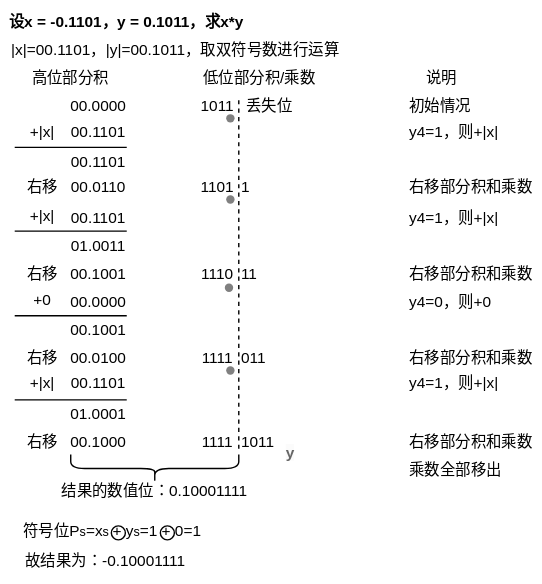
creatern/NoteBook keeps this draw.io diagram as pictures/计算机组成原理-原码一位乘法.drawio.svg. Above is the earlier version. Source tidied: cells renumbered, new cells last; positions are measured from the earlier drawing's top-left corner, leaving out a move shared by most shapes.
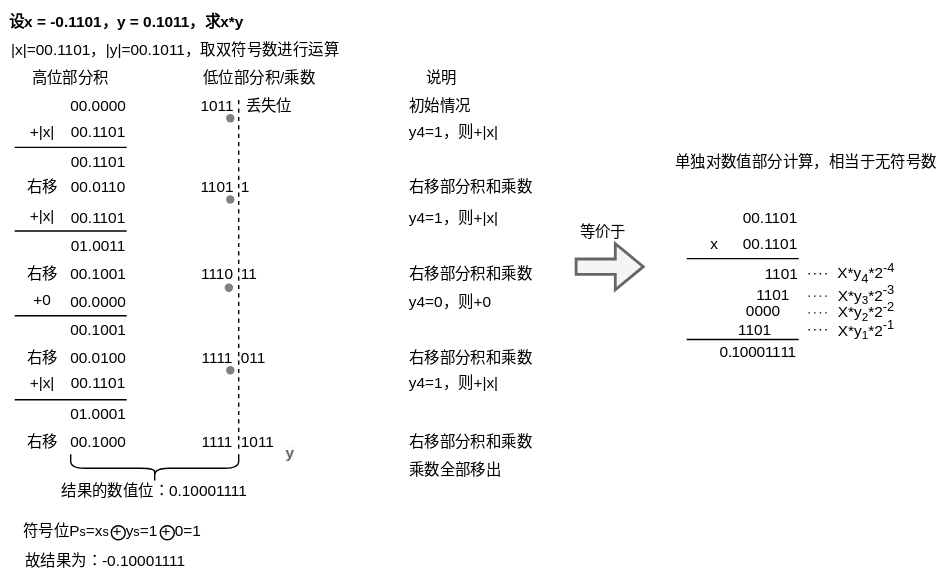
Later version of the same file.

The edit, as a diff of the source:
```diff
@@ -2,6 +2,12 @@
   <root>
     <mxCell id="0" />
     <mxCell id="1" parent="0" />
+    <mxCell id="64" value="&lt;span style=&quot;text-wrap: wrap;&quot;&gt;1&lt;/span&gt;" style="text;html=1;align=center;verticalAlign=middle;strokeColor=none;fillColor=none;fontFamily=Helvetica;fontSize=11;fontColor=default;labelBackgroundColor=none;" parent="1" vertex="1">
+      <mxGeometry x="534" y="236" width="30" height="30" as="geometry" />
+    </mxCell>
+    <mxCell id="65" value="&lt;span style=&quot;text-wrap: wrap;&quot;&gt;1&lt;/span&gt;" style="text;html=1;align=center;verticalAlign=middle;strokeColor=none;fillColor=none;fontFamily=Helvetica;fontSize=11;fontColor=default;labelBackgroundColor=none;" parent="1" vertex="1">
+      <mxGeometry x="539" y="236" width="30" height="30" as="geometry" />
+    </mxCell>
     <mxCell id="2" style="ellipse;whiteSpace=wrap;html=1;fontFamily=Helvetica;fontSize=11;fontColor=default;" parent="1" vertex="1">
       <mxGeometry x="114" y="375" width="10" height="10" as="geometry" />
     </mxCell>
@@ -203,5 +209,107 @@
     <mxCell id="63" value="&lt;span style=&quot;font-family: Helvetica; font-size: 11px; font-style: normal; font-variant-ligatures: normal; font-variant-caps: normal; font-weight: 700; letter-spacing: normal; orphans: 2; text-align: center; text-indent: 0px; text-transform: none; widows: 2; word-spacing: 0px; -webkit-text-stroke-width: 0px; background-color: rgb(251, 251, 251); text-decoration-thickness: initial; text-decoration-style: initial; text-decoration-color: initial; float: none; display: inline !important;&quot;&gt;y&lt;/span&gt;" style="text;whiteSpace=wrap;html=1;fontSize=11;fontFamily=Helvetica;fontColor=#666666;" parent="1" vertex="1">
       <mxGeometry x="202" y="310" width="20" height="30" as="geometry" />
     </mxCell>
+    <mxCell id="66" style="shape=flexArrow;endArrow=classic;html=1;rounded=0;strokeColor=#666666;strokeWidth=2;align=center;verticalAlign=middle;fontFamily=Helvetica;fontSize=11;fontColor=default;labelBackgroundColor=default;edgeStyle=orthogonalEdgeStyle;fillColor=#f5f5f5;" parent="1" edge="1">
+      <mxGeometry relative="1" as="geometry">
+        <mxPoint x="410" y="190" as="sourcePoint" />
+        <mxPoint x="460" y="190" as="targetPoint" />
+      </mxGeometry>
+    </mxCell>
+    <mxCell id="67" value="等价于" style="text;html=1;align=center;verticalAlign=middle;strokeColor=none;fillColor=none;fontFamily=Helvetica;fontSize=11;fontColor=default;labelBackgroundColor=default;" parent="1" vertex="1">
+      <mxGeometry x="400" y="150" width="60" height="30" as="geometry" />
+    </mxCell>
+    <mxCell id="68" value="单独对数值部分计算，相当于无符号数" style="text;html=1;align=center;verticalAlign=middle;strokeColor=none;fillColor=none;fontFamily=Helvetica;fontSize=11;fontColor=default;labelBackgroundColor=default;" parent="1" vertex="1">
+      <mxGeometry x="470" y="100" width="210" height="30" as="geometry" />
+    </mxCell>
+    <mxCell id="69" value="00.1101" style="text;html=1;strokeColor=none;fillColor=none;align=center;verticalAlign=middle;whiteSpace=wrap;rounded=0;fontSize=11;fontFamily=Helvetica;fontColor=default;" parent="1" vertex="1">
+      <mxGeometry x="520" y="139.5" width="60" height="30" as="geometry" />
+    </mxCell>
+    <mxCell id="70" value="00.1101" style="text;html=1;strokeColor=none;fillColor=none;align=center;verticalAlign=middle;whiteSpace=wrap;rounded=0;fontSize=11;fontFamily=Helvetica;fontColor=default;" parent="1" vertex="1">
+      <mxGeometry x="520" y="158.5" width="60" height="30" as="geometry" />
+    </mxCell>
+    <mxCell id="71" value="x" style="text;html=1;strokeColor=none;fillColor=none;align=center;verticalAlign=middle;whiteSpace=wrap;rounded=0;fontSize=11;fontFamily=Helvetica;fontColor=default;" parent="1" vertex="1">
+      <mxGeometry x="480" y="158.5" width="60" height="30" as="geometry" />
+    </mxCell>
+    <mxCell id="72" style="endArrow=none;html=1;rounded=0;labelBackgroundColor=default;strokeColor=default;strokeWidth=1;fontFamily=Helvetica;fontSize=11;fontColor=default;shape=connector;" parent="1" edge="1">
+      <mxGeometry relative="1" as="geometry">
+        <mxPoint x="570" y="184.3" as="sourcePoint" />
+        <mxPoint x="490" y="184.3" as="targetPoint" />
+      </mxGeometry>
+    </mxCell>
+    <mxCell id="73" value="1101" style="text;html=1;strokeColor=none;fillColor=none;align=center;verticalAlign=middle;whiteSpace=wrap;rounded=0;fontSize=11;fontFamily=Helvetica;fontColor=default;" parent="1" vertex="1">
+      <mxGeometry x="528" y="180" width="60" height="30" as="geometry" />
+    </mxCell>
+    <mxCell id="74" value="1101" style="text;html=1;strokeColor=none;fillColor=none;align=center;verticalAlign=middle;whiteSpace=wrap;rounded=0;fontSize=11;fontFamily=Helvetica;fontColor=default;" parent="1" vertex="1">
+      <mxGeometry x="522" y="195" width="60" height="30" as="geometry" />
+    </mxCell>
+    <mxCell id="75" value="0000" style="text;html=1;strokeColor=none;fillColor=none;align=center;verticalAlign=middle;whiteSpace=wrap;rounded=0;fontSize=11;fontFamily=Helvetica;fontColor=default;" parent="1" vertex="1">
+      <mxGeometry x="515" y="207" width="60" height="30" as="geometry" />
+    </mxCell>
+    <mxCell id="76" value="1101" style="text;html=1;strokeColor=none;fillColor=none;align=center;verticalAlign=middle;whiteSpace=wrap;rounded=0;fontSize=11;fontFamily=Helvetica;fontColor=default;" parent="1" vertex="1">
+      <mxGeometry x="509" y="220" width="60" height="30" as="geometry" />
+    </mxCell>
+    <mxCell id="77" style="endArrow=none;html=1;rounded=0;labelBackgroundColor=default;strokeColor=default;strokeWidth=1;fontFamily=Helvetica;fontSize=11;fontColor=default;shape=connector;" parent="1" edge="1">
+      <mxGeometry relative="1" as="geometry">
+        <mxPoint x="570" y="242" as="sourcePoint" />
+        <mxPoint x="490" y="242" as="targetPoint" />
+      </mxGeometry>
+    </mxCell>
+    <mxCell id="78" value="&lt;span style=&quot;text-wrap: wrap; background-color: rgb(251, 251, 251);&quot;&gt;1&lt;/span&gt;" style="text;html=1;align=center;verticalAlign=middle;strokeColor=none;fillColor=none;fontFamily=Helvetica;fontSize=11;fontColor=default;labelBackgroundColor=default;" parent="1" vertex="1">
+      <mxGeometry x="550" y="236" width="30" height="30" as="geometry" />
+    </mxCell>
+    <mxCell id="79" value="&lt;span style=&quot;text-wrap: wrap;&quot;&gt;1&lt;/span&gt;" style="text;html=1;align=center;verticalAlign=middle;strokeColor=none;fillColor=none;fontFamily=Helvetica;fontSize=11;fontColor=default;labelBackgroundColor=none;" parent="1" vertex="1">
+      <mxGeometry x="545" y="236" width="30" height="30" as="geometry" />
+    </mxCell>
+    <mxCell id="80" value="0" style="text;html=1;align=center;verticalAlign=middle;strokeColor=none;fillColor=none;fontFamily=Helvetica;fontSize=11;fontColor=default;labelBackgroundColor=none;" parent="1" vertex="1">
+      <mxGeometry x="528" y="236" width="30" height="30" as="geometry" />
+    </mxCell>
+    <mxCell id="81" value="0" style="text;html=1;align=center;verticalAlign=middle;strokeColor=none;fillColor=none;fontFamily=Helvetica;fontSize=11;fontColor=default;labelBackgroundColor=none;" parent="1" vertex="1">
+      <mxGeometry x="522" y="236" width="30" height="30" as="geometry" />
+    </mxCell>
+    <mxCell id="82" value="0" style="text;html=1;align=center;verticalAlign=middle;strokeColor=none;fillColor=none;fontFamily=Helvetica;fontSize=11;fontColor=default;labelBackgroundColor=none;" parent="1" vertex="1">
+      <mxGeometry x="516" y="236" width="30" height="30" as="geometry" />
+    </mxCell>
+    <mxCell id="83" value="1" style="text;html=1;align=center;verticalAlign=middle;strokeColor=none;fillColor=none;fontFamily=Helvetica;fontSize=11;fontColor=default;labelBackgroundColor=none;" parent="1" vertex="1">
+      <mxGeometry x="510" y="236" width="30" height="30" as="geometry" />
+    </mxCell>
+    <mxCell id="84" value="0." style="text;html=1;align=center;verticalAlign=middle;strokeColor=none;fillColor=none;fontFamily=Helvetica;fontSize=11;fontColor=default;labelBackgroundColor=none;" parent="1" vertex="1">
+      <mxGeometry x="503" y="236" width="30" height="30" as="geometry" />
+    </mxCell>
+    <mxCell id="85" value="X*y&lt;sub&gt;4&lt;/sub&gt;*2&lt;sup&gt;-4&lt;/sup&gt;" style="text;html=1;align=center;verticalAlign=middle;strokeColor=none;fillColor=none;fontFamily=Helvetica;fontSize=11;fontColor=default;labelBackgroundColor=default;" parent="1" vertex="1">
+      <mxGeometry x="588" y="180" width="60" height="30" as="geometry" />
+    </mxCell>
+    <mxCell id="86" value="X*y&lt;font size=&quot;1&quot;&gt;&lt;sub&gt;3&lt;/sub&gt;&lt;/font&gt;*2&lt;sup&gt;-3&lt;/sup&gt;" style="text;html=1;align=center;verticalAlign=middle;strokeColor=none;fillColor=none;fontFamily=Helvetica;fontSize=11;fontColor=default;labelBackgroundColor=default;" parent="1" vertex="1">
+      <mxGeometry x="588" y="195" width="60" height="30" as="geometry" />
+    </mxCell>
+    <mxCell id="87" value="X*y&lt;font size=&quot;1&quot;&gt;&lt;sub&gt;2&lt;/sub&gt;&lt;/font&gt;*2&lt;sup&gt;-2&lt;/sup&gt;" style="text;html=1;align=center;verticalAlign=middle;strokeColor=none;fillColor=none;fontFamily=Helvetica;fontSize=11;fontColor=default;labelBackgroundColor=none;" parent="1" vertex="1">
+      <mxGeometry x="588" y="207" width="60" height="30" as="geometry" />
+    </mxCell>
+    <mxCell id="88" value="X*y&lt;font size=&quot;1&quot;&gt;&lt;sub&gt;1&lt;/sub&gt;&lt;/font&gt;*2&lt;sup&gt;-1&lt;/sup&gt;" style="text;html=1;align=center;verticalAlign=middle;strokeColor=none;fillColor=none;fontFamily=Helvetica;fontSize=11;fontColor=default;labelBackgroundColor=none;" parent="1" vertex="1">
+      <mxGeometry x="588" y="220" width="60" height="30" as="geometry" />
+    </mxCell>
+    <mxCell id="89" style="endArrow=none;dashed=1;html=1;dashPattern=1 3;strokeWidth=1;rounded=0;strokeColor=default;align=center;verticalAlign=middle;fontFamily=Helvetica;fontSize=11;fontColor=default;labelBackgroundColor=default;edgeStyle=orthogonalEdgeStyle;entryX=-0.05;entryY=-0.003;entryDx=0;entryDy=0;entryPerimeter=0;" parent="1" edge="1">
+      <mxGeometry relative="1" as="geometry">
+        <mxPoint x="577" y="195" as="sourcePoint" />
+        <mxPoint x="593" y="195" as="targetPoint" />
+      </mxGeometry>
+    </mxCell>
+    <mxCell id="90" style="endArrow=none;dashed=1;html=1;dashPattern=1 3;strokeWidth=1;rounded=0;strokeColor=default;align=center;verticalAlign=middle;fontFamily=Helvetica;fontSize=11;fontColor=default;labelBackgroundColor=default;edgeStyle=orthogonalEdgeStyle;entryX=-0.05;entryY=-0.003;entryDx=0;entryDy=0;entryPerimeter=0;" parent="1" edge="1">
+      <mxGeometry relative="1" as="geometry">
+        <mxPoint x="577" y="211" as="sourcePoint" />
+        <mxPoint x="593" y="211" as="targetPoint" />
+      </mxGeometry>
+    </mxCell>
+    <mxCell id="91" style="endArrow=none;dashed=1;html=1;dashPattern=1 3;strokeWidth=1;rounded=0;strokeColor=default;align=center;verticalAlign=middle;fontFamily=Helvetica;fontSize=11;fontColor=default;labelBackgroundColor=default;edgeStyle=orthogonalEdgeStyle;entryX=-0.05;entryY=-0.003;entryDx=0;entryDy=0;entryPerimeter=0;" parent="1" edge="1">
+      <mxGeometry relative="1" as="geometry">
+        <mxPoint x="577" y="223" as="sourcePoint" />
+        <mxPoint x="593" y="223" as="targetPoint" />
+      </mxGeometry>
+    </mxCell>
+    <mxCell id="92" style="endArrow=none;dashed=1;html=1;dashPattern=1 3;strokeWidth=1;rounded=0;strokeColor=default;align=center;verticalAlign=middle;fontFamily=Helvetica;fontSize=11;fontColor=default;labelBackgroundColor=default;edgeStyle=orthogonalEdgeStyle;entryX=-0.05;entryY=-0.003;entryDx=0;entryDy=0;entryPerimeter=0;" parent="1" edge="1">
+      <mxGeometry relative="1" as="geometry">
+        <mxPoint x="577" y="235" as="sourcePoint" />
+        <mxPoint x="593" y="235" as="targetPoint" />
+      </mxGeometry>
+    </mxCell>
   </root>
 </mxGraphModel>
```
